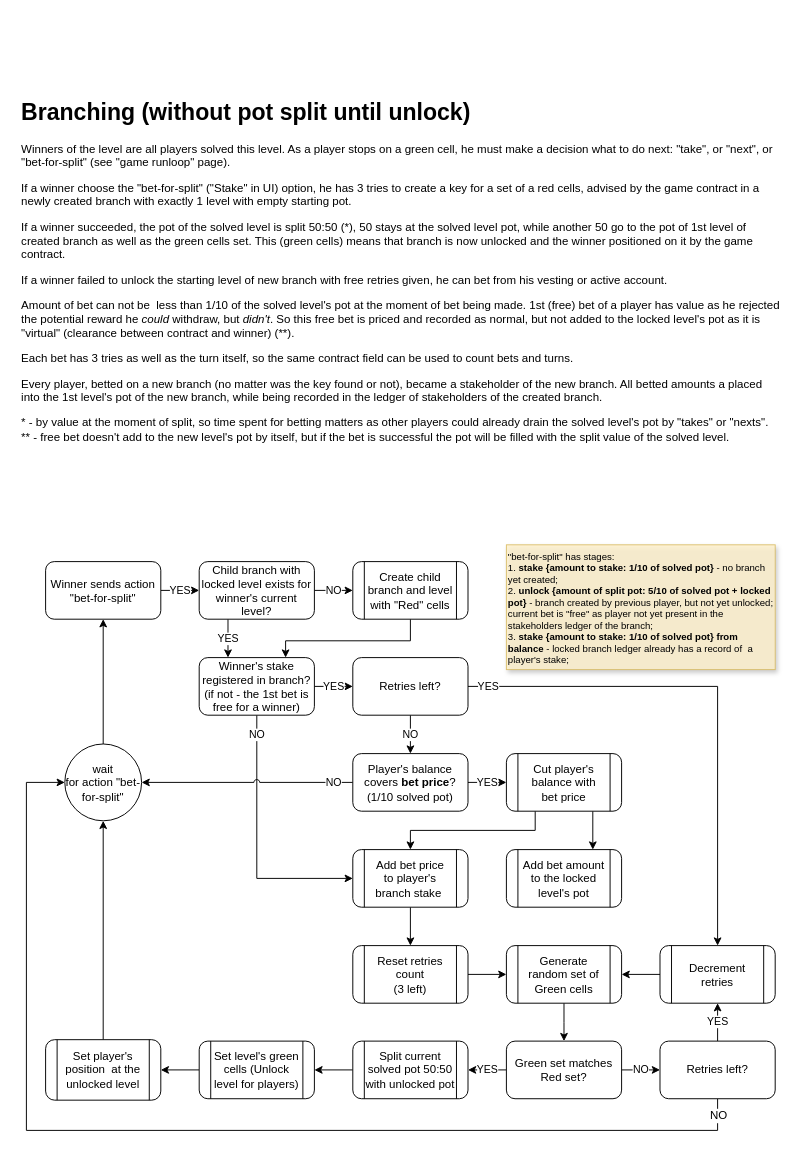
The draw.io diagram page "split" (4 of 10) of ia/WOFFLER IA.drawio in cptn-solo/woffler_contract, before the edit. Source tidied: cells renumbered, new cells numbered last; positions are measured from the earlier drawing's top-left corner, leaving out a move shared by most shapes. Both pictures are drawn from the tidied source at 96%, with x=0, y=0 at pixel (16, 93).
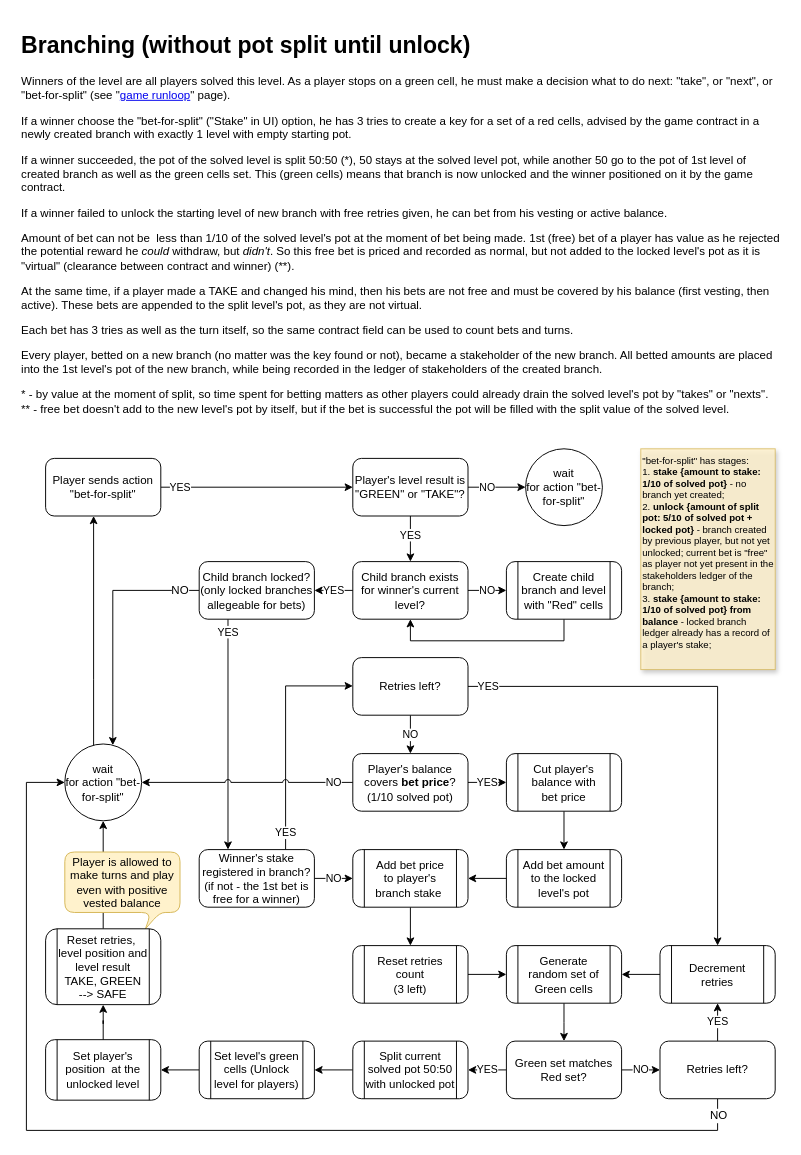
The same page after the edit.

Unchanged cells that the change refers to:
```xml
<mxCell id="10" value="Retries left?" style="rounded=1;whiteSpace=wrap;html=1;shadow=0;glass=0;strokeColor=#000000;align=center;" parent="1" vertex="1">
  <mxGeometry x="350" y="587.5" width="120" height="60" as="geometry" />
</mxCell>
<mxCell id="17" value="Add bet amount to the locked level's pot" style="shape=process;rounded=1;whiteSpace=wrap;html=1;shadow=0;glass=0;strokeColor=#000000;align=center;" parent="1" vertex="1">
  <mxGeometry x="510" y="787.5" width="120" height="60" as="geometry" />
</mxCell>
<mxCell id="19" value="Add bet price&lt;br&gt;to player's branch stake&amp;nbsp;" style="shape=process;rounded=1;whiteSpace=wrap;html=1;shadow=0;glass=0;strokeColor=#000000;align=center;" parent="1" vertex="1">
  <mxGeometry x="350" y="787.5" width="120" height="60" as="geometry" />
</mxCell>
<mxCell id="40" value="wait &lt;br&gt;for action &quot;bet-for-split&quot;" style="ellipse;whiteSpace=wrap;html=1;rounded=1;shadow=0;glass=0;strokeColor=#000000;fillColor=none;align=center;" parent="1" vertex="1">
  <mxGeometry x="50" y="677.5" width="80" height="80" as="geometry" />
</mxCell>
<mxCell id="43" value="Cut player's&lt;br&gt;balance with&lt;br&gt;bet price &lt;br&gt;" style="shape=process;rounded=1;whiteSpace=wrap;html=1;shadow=0;glass=0;strokeColor=#000000;align=center;" parent="1" vertex="1">
  <mxGeometry x="510" y="687.5" width="120" height="60" as="geometry" />
</mxCell>
<mxCell id="45" value="Player's balance covers &lt;b&gt;bet price&lt;/b&gt;?&lt;br&gt;(1/10 solved pot)&lt;br&gt;" style="rounded=1;whiteSpace=wrap;html=1;shadow=0;glass=0;strokeColor=#000000;align=center;" parent="1" vertex="1">
  <mxGeometry x="350" y="687.5" width="120" height="60" as="geometry" />
</mxCell>
```

Change to the diagram source:
```diff
@@
-    <mxCell id="2" value="&lt;h1&gt;Branching (without pot split until unlock)&lt;/h1&gt;&lt;p&gt;&lt;span&gt;Winners of the level are all players solved this level. As a player stops on a green cell, he must make a decision what to do next: &quot;take&quot;, or &quot;next&quot;, or &quot;bet-for-split&quot; (see &quot;game runloop&quot; page).&lt;/span&gt;&lt;br&gt;&lt;/p&gt;&lt;p&gt;If a winner choose the &quot;bet-for-split&quot; (&quot;Stake&quot; in UI) option, he has 3 tries to create a key for a set of a red cells, advised by the game contract in a newly created branch with exactly 1 level with empty starting pot.&amp;nbsp;&lt;/p&gt;&lt;p&gt;If a winner succeeded, the pot of the solved level is split 50:50 (*), 50 stays at the solved level pot, while another 50 go to the pot of 1st level of created branch as well as the green cells set. This (green cells) means that branch is now unlocked and the winner positioned on it by the game contract.&amp;nbsp;&lt;/p&gt;&lt;p&gt;If a winner failed to unlock the starting level of new branch with free retries given, he can bet from his vesting or active account.&amp;nbsp;&lt;/p&gt;&lt;p&gt;Amount of bet can not be&amp;nbsp; less than 1/10 of the solved level's pot at the moment of bet being made. 1st (free) bet of a player has value as he rejected the potential reward he &lt;i&gt;could&lt;/i&gt; withdraw, but &lt;i&gt;didn't&lt;/i&gt;. So this free bet is priced and recorded as normal, but not added to the locked level's pot as it is &quot;virtual&quot; (clearance between contract and winner) (**).&lt;/p&gt;&lt;p&gt;Each bet has 3 tries as well as the turn itself, so the same contract field can be used to count bets and turns.&lt;/p&gt;&lt;p&gt;&lt;span&gt;Every player, betted on a new branch (no matter was the key found or not), became a stakeholder of the new branch. All betted amounts a placed into the 1st level's pot of the new branch, while being recorded in the ledger of stakeholders of the created branch.&amp;nbsp;&lt;/span&gt;&lt;/p&gt;&lt;p&gt;&lt;/p&gt;* - by value at the moment of split, so time spent for betting matters as other players could already drain the solved level's pot by &quot;takes&quot; or &quot;nexts&quot;.&lt;br&gt;** - free bet doesn't add to the new level's pot by itself, but if the bet is successful the pot will be filled with the split value of the solved level.&amp;nbsp;&lt;br&gt;" style="text;html=1;strokeColor=none;fillColor=none;spacing=5;spacingTop=-20;whiteSpace=wrap;overflow=hidden;rounded=0;shadow=0;glass=0;dashed=1;dashPattern=1 1;align=left;" parent="1" vertex="1">
-      <mxGeometry width="800" height="430" as="geometry" />
+    <mxCell id="2" value="&lt;h1&gt;Branching (without pot split until unlock)&lt;/h1&gt;&lt;p&gt;Winners of the level are all players solved this level. As a player stops on a green cell, he must make a decision what to do next: &quot;take&quot;, or &quot;next&quot;, or &quot;bet-for-split&quot; (see &quot;&lt;a href=&quot;data:page/id,O1V7MM8kmqVnGa7AAgRO&quot;&gt;game runloop&lt;/a&gt;&quot; page).&lt;br&gt;&lt;/p&gt;&lt;p&gt;If a winner choose the &quot;bet-for-split&quot; (&quot;Stake&quot; in UI) option, he has 3 tries to create a key for a set of a red cells, advised by the game contract in a newly created branch with exactly 1 level with empty starting pot.&amp;nbsp;&lt;/p&gt;&lt;p&gt;If a winner succeeded, the pot of the solved level is split 50:50 (*), 50 stays at the solved level pot, while another 50 go to the pot of 1st level of created branch as well as the green cells set. This (green cells) means that branch is now unlocked and the winner positioned on it by the game contract.&amp;nbsp;&lt;/p&gt;&lt;p&gt;If a winner failed to unlock the starting level of new branch with free retries given, he can bet from his vesting or active balance.&amp;nbsp;&lt;/p&gt;&lt;p&gt;Amount of bet can not be&amp;nbsp; less than 1/10 of the solved level's pot at the moment of bet being made. 1st (free) bet of a player has value as he rejected the potential reward he &lt;i&gt;could&lt;/i&gt; withdraw, but &lt;i&gt;didn't&lt;/i&gt;. So this free bet is priced and recorded as normal, but not added to the locked level's pot as it is &quot;virtual&quot; (clearance between contract and winner) (**).&lt;/p&gt;&lt;p&gt;At the same time, if a player made a TAKE and changed his mind, then his bets are not free and must be covered by his balance (first vesting, then active). These bets are appended to the split level's pot, as they are not virtual.&lt;/p&gt;&lt;p&gt;Each bet has 3 tries as well as the turn itself, so the same contract field can be used to count bets and turns.&lt;/p&gt;&lt;p&gt;&lt;span&gt;Every player, betted on a new branch (no matter was the key found or not), became a stakeholder of the new branch. All betted amounts are placed into the 1st level's pot of the new branch, while being recorded in the ledger of stakeholders of the created branch.&amp;nbsp;&lt;/span&gt;&lt;/p&gt;&lt;p&gt;&lt;/p&gt;* - by value at the moment of split, so time spent for betting matters as other players could already drain the solved level's pot by &quot;takes&quot; or &quot;nexts&quot;.&lt;br&gt;** - free bet doesn't add to the new level's pot by itself, but if the bet is successful the pot will be filled with the split value of the solved level.&amp;nbsp;&lt;br&gt;" style="text;html=1;strokeColor=none;fillColor=none;spacing=5;spacingTop=-20;whiteSpace=wrap;overflow=hidden;rounded=0;shadow=0;glass=0;dashed=1;dashPattern=1 1;align=left;" parent="1" vertex="1">
+      <mxGeometry y="-70" width="800" height="420" as="geometry" />
     </mxCell>
-    <mxCell id="3" value="YES" style="edgeStyle=orthogonalEdgeStyle;rounded=0;jettySize=auto;html=1;endArrow=classic;endFill=1;align=center;" parent="1" edge="1" source="4" target="14">
-      <mxGeometry relative="1" as="geometry" />
-    </mxCell>
+    <mxCell id="47" value="YES" style="edgeStyle=orthogonalEdgeStyle;rounded=0;jettySize=auto;html=1;" parent="1" edge="1" source="4" target="50">
+      <mxGeometry x="-0.8" relative="1" as="geometry" />
+    </mxCell>
-    <mxCell id="4" value="Winner sends action &quot;bet-for-split&quot;" style="rounded=1;whiteSpace=wrap;html=1;shadow=0;glass=0;strokeColor=#000000;align=center;" parent="1" vertex="1">
-      <mxGeometry x="30" y="487.5" width="120" height="60" as="geometry" />
+    <mxCell id="4" value="Player sends action &quot;bet-for-split&quot;" style="rounded=1;whiteSpace=wrap;html=1;shadow=0;glass=0;strokeColor=#000000;align=center;" parent="1" vertex="1">
+      <mxGeometry x="30" y="380" width="120" height="60" as="geometry" />
     </mxCell>
+    <mxCell id="48" value="YES" style="edgeStyle=orthogonalEdgeStyle;rounded=0;jettySize=auto;html=1;" parent="1" edge="1" source="50" target="14">
+      <mxGeometry x="-0.16" relative="1" as="geometry" />
+    </mxCell>
+    <mxCell id="49" value="NO" style="edgeStyle=orthogonalEdgeStyle;rounded=0;jettySize=auto;html=1;" parent="1" edge="1" source="50" target="51">
+      <mxGeometry x="-0.33" relative="1" as="geometry" />
+    </mxCell>
+    <mxCell id="50" value="Player's level result is &quot;GREEN&quot; or &quot;TAKE&quot;?" style="rounded=1;whiteSpace=wrap;html=1;shadow=0;glass=0;strokeColor=#000000;align=center;" parent="1" vertex="1">
+      <mxGeometry x="350" y="380" width="120" height="60" as="geometry" />
+    </mxCell>
     <mxCell id="5" value="YES" style="edgeStyle=orthogonalEdgeStyle;rounded=0;jettySize=auto;html=1;endArrow=classic;endFill=1;align=center;" parent="1" edge="1" source="7" target="10">
-      <mxGeometry relative="1" as="geometry" />
+      <mxGeometry x="-0.85" relative="1" as="geometry">
+        <Array as="points">
+          <mxPoint x="280" y="617" />
+        </Array>
+      </mxGeometry>
     </mxCell>
     <mxCell id="6" value="NO" style="edgeStyle=orthogonalEdgeStyle;rounded=0;jettySize=auto;html=1;endArrow=classic;endFill=1;align=center;entryX=0;entryY=0.5;entryDx=0;entryDy=0;" parent="1" edge="1" source="7" target="19">
-      <mxGeometry x="-0.85" relative="1" as="geometry">
+      <mxGeometry x="-0.01" relative="1" as="geometry">
         <Array as="points">
           <mxPoint x="250" y="817.5" />
         </Array>
       </mxGeometry>
     </mxCell>
     <mxCell id="7" value="Winner's stake registered in branch?&lt;br&gt;(if not - the 1st bet is free for a winner)&lt;br&gt;" style="rounded=1;whiteSpace=wrap;html=1;shadow=0;glass=0;strokeColor=#000000;align=center;" parent="1" vertex="1">
-      <mxGeometry x="190" y="587.5" width="120" height="60" as="geometry" />
+      <mxGeometry x="190" y="787.5" width="120" height="60" as="geometry" />
     </mxCell>
@@
-    <mxCell id="11" value="NO" style="edgeStyle=orthogonalEdgeStyle;rounded=0;jettySize=auto;html=1;endArrow=classic;endFill=1;align=center;exitX=0;exitY=0.5;exitDx=0;exitDy=0;jumpStyle=arc;" parent="1" edge="1" source="45" target="40">
-      <mxGeometry x="-0.82" relative="1" as="geometry">
-        <Array as="points">
-          <mxPoint x="260" y="718" />
-          <mxPoint x="260" y="718" />
-        </Array>
-      </mxGeometry>
-    </mxCell>
-    <mxCell id="12" value="YES" style="edgeStyle=orthogonalEdgeStyle;rounded=0;jettySize=auto;html=1;endArrow=classic;endFill=1;align=center;exitX=0.25;exitY=1;exitDx=0;exitDy=0;entryX=0.25;entryY=0;entryDx=0;entryDy=0;" parent="1" edge="1" source="14" target="7">
-      <mxGeometry relative="1" as="geometry" />
+    <mxCell id="12" value="YES" style="edgeStyle=orthogonalEdgeStyle;rounded=0;jettySize=auto;html=1;endArrow=classic;endFill=1;align=center;" parent="1" edge="1" source="57" target="7">
+      <mxGeometry x="0.19" y="-130" relative="1" as="geometry">
+        <Array as="points">
+          <mxPoint x="220" y="690" />
+          <mxPoint x="220" y="690" />
+        </Array>
+        <mxPoint x="130" y="-130" as="offset" />
+      </mxGeometry>
     </mxCell>
@@
-    <mxCell id="14" value="Child branch with locked level exists for winner's current level?" style="rounded=1;whiteSpace=wrap;html=1;shadow=0;glass=0;strokeColor=#000000;align=center;" parent="1" vertex="1">
-      <mxGeometry x="190" y="487.5" width="120" height="60" as="geometry" />
+    <mxCell id="14" value="Child branch exists for winner's current level?" style="rounded=1;whiteSpace=wrap;html=1;shadow=0;glass=0;strokeColor=#000000;align=center;" parent="1" vertex="1">
+      <mxGeometry x="350" y="487.5" width="120" height="60" as="geometry" />
     </mxCell>
-    <mxCell id="15" style="edgeStyle=orthogonalEdgeStyle;rounded=0;jettySize=auto;html=1;entryX=0.75;entryY=0;entryDx=0;entryDy=0;endArrow=classic;endFill=1;align=center;exitX=0.5;exitY=1;exitDx=0;exitDy=0;" parent="1" edge="1" source="16" target="7">
+    <mxCell id="15" style="edgeStyle=orthogonalEdgeStyle;rounded=0;jettySize=auto;html=1;endArrow=classic;endFill=1;align=center;exitX=0.5;exitY=1;exitDx=0;exitDy=0;" parent="1" edge="1" source="16" target="14">
       <mxGeometry relative="1" as="geometry">
         <Array as="points">
           <mxPoint x="410" y="570" />
-          <mxPoint x="280" y="570" />
+          <mxPoint x="230" y="570" />
         </Array>
       </mxGeometry>
     </mxCell>
     <mxCell id="16" value="Create child branch and level with &quot;Red&quot; cells" style="shape=process;rounded=1;whiteSpace=wrap;html=1;shadow=0;glass=0;strokeColor=#000000;align=center;" parent="1" vertex="1">
-      <mxGeometry x="350" y="487.5" width="120" height="60" as="geometry" />
+      <mxGeometry x="510" y="487.5" width="120" height="60" as="geometry" />
     </mxCell>
@@
-    <mxCell id="35" value="Split current solved pot 50:50 with unlocked pot" style="shape=process;rounded=1;whiteSpace=wrap;html=1;shadow=0;glass=0;strokeColor=#000000;align=center;" parent="1" vertex="1">
+    <mxCell id="35" value="Split current solved pot 50:50 with unlocked pot&lt;br&gt;" style="shape=process;rounded=1;whiteSpace=wrap;html=1;shadow=0;glass=0;strokeColor=#000000;align=center;" parent="1" vertex="1">
       <mxGeometry x="350" y="987" width="120" height="60" as="geometry" />
     </mxCell>
@@
-    <mxCell id="37" style="edgeStyle=orthogonalEdgeStyle;rounded=0;jettySize=auto;html=1;endArrow=classic;endFill=1;align=center;" parent="1" edge="1" source="38" target="40">
+    <mxCell id="37" style="edgeStyle=orthogonalEdgeStyle;rounded=0;jettySize=auto;html=1;endArrow=classic;endFill=1;align=center;" parent="1" edge="1" source="53" target="40">
       <mxGeometry relative="1" as="geometry" />
     </mxCell>
-    <mxCell id="38" value="Set player's position&amp;nbsp; at the unlocked level" style="shape=process;rounded=1;whiteSpace=wrap;html=1;shadow=0;glass=0;strokeColor=#000000;align=center;" parent="1" vertex="1">
+    <mxCell id="38" value="Set player's position&amp;nbsp; at the unlocked level&lt;br&gt;" style="shape=process;rounded=1;whiteSpace=wrap;html=1;shadow=0;glass=0;strokeColor=#000000;align=center;" parent="1" vertex="1">
       <mxGeometry x="30" y="985.5" width="120" height="63" as="geometry" />
     </mxCell>
     <mxCell id="39" style="edgeStyle=orthogonalEdgeStyle;rounded=0;jettySize=auto;html=1;endArrow=classic;endFill=1;align=center;" parent="1" edge="1" source="40" target="4">
-      <mxGeometry relative="1" as="geometry" />
+      <mxGeometry relative="1" as="geometry">
+        <Array as="points">
+          <mxPoint x="80" y="610" />
+          <mxPoint x="80" y="610" />
+        </Array>
+      </mxGeometry>
     </mxCell>
@@
-    <mxCell id="41" style="edgeStyle=orthogonalEdgeStyle;rounded=0;jettySize=auto;html=1;entryX=0.5;entryY=0;entryDx=0;entryDy=0;endArrow=classic;endFill=1;align=center;exitX=0.25;exitY=1;exitDx=0;exitDy=0;" parent="1" edge="1" source="43" target="19">
-      <mxGeometry relative="1" as="geometry">
-        <Array as="points">
-          <mxPoint x="540" y="767.5" />
-          <mxPoint x="410" y="767.5" />
-        </Array>
-      </mxGeometry>
+    <mxCell id="41" style="edgeStyle=orthogonalEdgeStyle;rounded=0;jettySize=auto;html=1;endArrow=classic;endFill=1;align=center;" parent="1" edge="1" source="17" target="19">
+      <mxGeometry relative="1" as="geometry" />
     </mxCell>
-    <mxCell id="42" style="edgeStyle=orthogonalEdgeStyle;rounded=0;jettySize=auto;html=1;exitX=0.75;exitY=1;exitDx=0;exitDy=0;entryX=0.75;entryY=0;entryDx=0;entryDy=0;endArrow=classic;endFill=1;align=center;" parent="1" edge="1" source="43" target="17">
+    <mxCell id="42" style="edgeStyle=orthogonalEdgeStyle;rounded=0;jettySize=auto;html=1;endArrow=classic;endFill=1;align=center;" parent="1" edge="1" source="43" target="17">
       <mxGeometry relative="1" as="geometry" />
     </mxCell>
@@
     <mxCell id="46" value="&quot;bet-for-split&quot; has stages:&lt;br style=&quot;font-size: 10px&quot;&gt;1. &lt;b&gt;stake {amount to stake: 1/10 of solved pot}&lt;/b&gt; - no branch yet created;&lt;br style=&quot;font-size: 10px&quot;&gt;2. &lt;b&gt;unlock {amount of split pot: 5/10 of solved pot + locked pot}&lt;/b&gt; - branch created by previous player, but not yet unlocked; current bet is &quot;free&quot; as player not yet present in the stakeholders ledger of the branch;&lt;br style=&quot;font-size: 10px&quot;&gt;3. &lt;b&gt;stake {amount to stake: 1/10 of solved pot} from balance&lt;/b&gt; - locked branch ledger already has a record of&amp;nbsp; a player's stake;&lt;br style=&quot;font-size: 10px&quot;&gt;&lt;div style=&quot;text-align: left ; font-size: 10px&quot;&gt;&lt;/div&gt;" style="rounded=0;whiteSpace=wrap;html=1;shadow=1;strokeColor=#d6b656;strokeWidth=1;fillColor=#fff2cc;fontSize=10;opacity=80;verticalAlign=top;align=left;" parent="1" vertex="1">
-      <mxGeometry x="510" y="470" width="280" height="130" as="geometry" />
+      <mxGeometry x="650" y="370" width="140" height="230" as="geometry" />
     </mxCell>
+    <mxCell id="51" value="wait &lt;br&gt;for action &quot;bet-for-split&quot;" style="ellipse;whiteSpace=wrap;html=1;rounded=1;shadow=0;glass=0;strokeColor=#000000;fillColor=none;align=center;" parent="1" vertex="1">
+      <mxGeometry x="530" y="370" width="80" height="80" as="geometry" />
+    </mxCell>
+    <mxCell id="52" value="Player is allowed to make turns and play even with&amp;nbsp;positive vested balance" style="shape=callout;whiteSpace=wrap;html=1;perimeter=calloutPerimeter;position2=0.7;size=17;position=0.75;rounded=1;fillColor=#fff2cc;strokeColor=#d6b656;base=9;" parent="1" vertex="1">
+      <mxGeometry x="50" y="790" width="120" height="80" as="geometry" />
+    </mxCell>
+    <mxCell id="53" value="Reset retries,&amp;nbsp; level position and level result&lt;br&gt;TAKE, GREEN &lt;br&gt;--&amp;gt; SAFE&lt;br&gt;" style="shape=process;rounded=1;whiteSpace=wrap;html=1;shadow=0;glass=0;strokeColor=#000000;align=center;" parent="1" vertex="1">
+      <mxGeometry x="30" y="870" width="120" height="79" as="geometry" />
+    </mxCell>
+    <mxCell id="54" style="edgeStyle=orthogonalEdgeStyle;rounded=0;jettySize=auto;html=1;endArrow=classic;endFill=1;align=center;" parent="1" edge="1" source="38" target="53">
+      <mxGeometry relative="1" as="geometry" />
+    </mxCell>
+    <mxCell id="55" style="edgeStyle=orthogonalEdgeStyle;rounded=0;jettySize=auto;html=1;" parent="1" edge="1" source="57" target="40">
+      <mxGeometry relative="1" as="geometry">
+        <Array as="points">
+          <mxPoint x="100" y="517" />
+        </Array>
+      </mxGeometry>
+    </mxCell>
+    <mxCell id="56" value="NO" style="text;html=1;align=center;verticalAlign=middle;labelBackgroundColor=#ffffff;" parent="55" vertex="1">
+      <mxGeometry x="-0.76" relative="1" as="geometry">
+        <mxPoint x="9" as="offset" />
+      </mxGeometry>
+    </mxCell>
+    <mxCell id="57" value="Child branch locked?&lt;br&gt;(only locked branches allegeable for bets)&lt;br&gt;" style="rounded=1;whiteSpace=wrap;html=1;shadow=0;glass=0;strokeColor=#000000;align=center;" parent="1" vertex="1">
+      <mxGeometry x="190" y="487.5" width="120" height="60" as="geometry" />
+    </mxCell>
+    <mxCell id="3" value="YES" style="edgeStyle=orthogonalEdgeStyle;rounded=0;jettySize=auto;html=1;endArrow=classic;endFill=1;align=center;" parent="1" edge="1" source="14" target="57">
+      <mxGeometry relative="1" as="geometry" />
+    </mxCell>
+    <mxCell id="11" value="NO" style="edgeStyle=orthogonalEdgeStyle;rounded=0;jettySize=auto;html=1;endArrow=classic;endFill=1;align=center;exitX=0;exitY=0.5;exitDx=0;exitDy=0;jumpStyle=arc;" parent="1" edge="1" source="45" target="40">
+      <mxGeometry x="-0.82" relative="1" as="geometry">
+        <Array as="points">
+          <mxPoint x="260" y="718" />
+          <mxPoint x="260" y="718" />
+        </Array>
+      </mxGeometry>
+    </mxCell>
```
